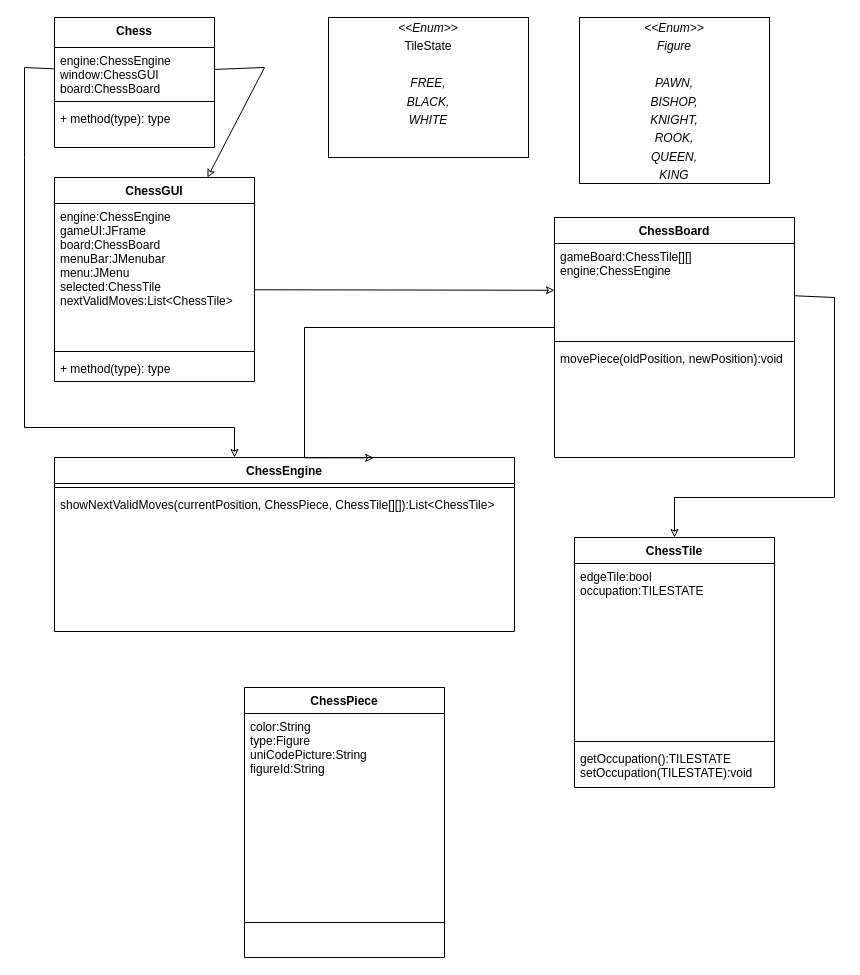
This is Aufgaben/Chessadds/UML Chess.drawio from dertheodor/epic_chess, a draw.io file, before an edit. Source tidied: cells renumbered, new cells numbered last; positions are measured from the earlier drawing's top-left corner, leaving out a move shared by most shapes. Both pictures are drawn from the tidied source at 100%, with x=0, y=0 at pixel (24, 17).
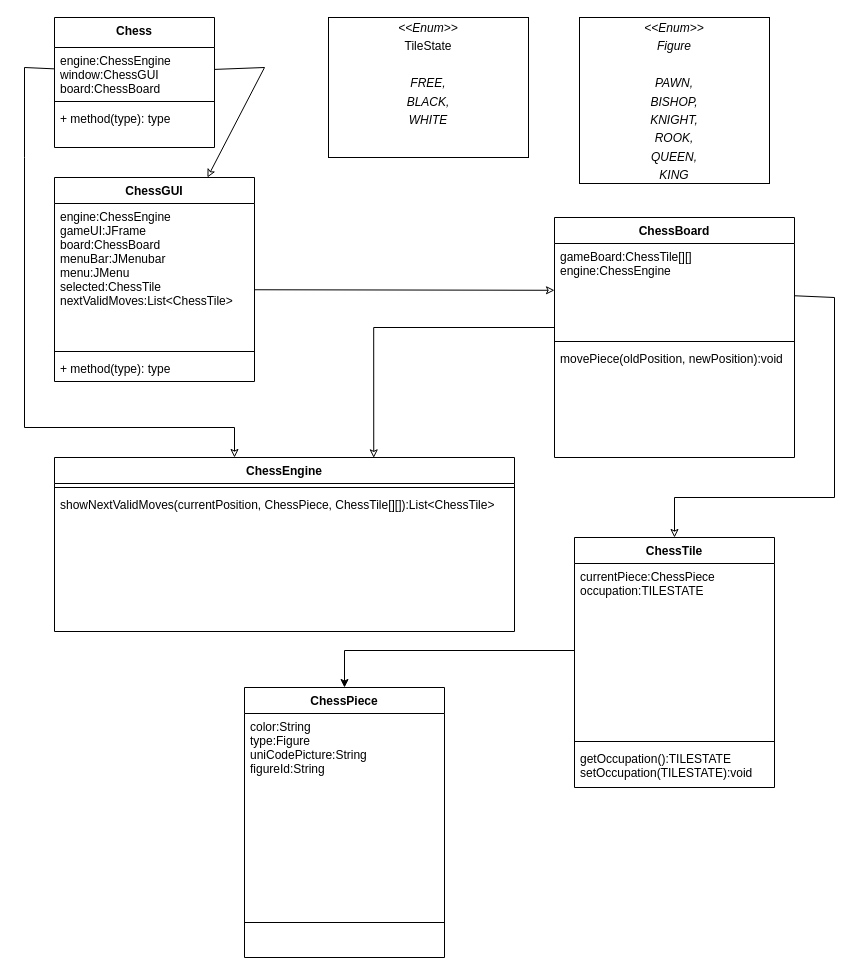
Above is the later version.

Commit message:
[UML] UML upgedatet.

The change refers to these unchanged cells:
```xml
<mxCell id="6" value="ChessEngine" style="swimlane;fontStyle=1;align=center;verticalAlign=top;horizontal=1;startSize=26;" parent="1" vertex="1">
  <mxGeometry x="30" y="440" width="460" height="174" as="geometry" />
</mxCell>
<mxCell id="13" value="ChessTile" style="swimlane;fontStyle=1;align=center;verticalAlign=top;horizontal=1;startSize=26;" parent="1" vertex="1">
  <mxGeometry x="550" y="520" width="200" height="250" as="geometry" />
</mxCell>
<mxCell id="20" value="gameBoard:ChessTile[][]&#10;engine:ChessEngine" style="text;strokeColor=none;fillColor=none;align=left;verticalAlign=top;spacingLeft=4;spacingRight=4;overflow=hidden;points=[[0,0.5],[1,0.5]];portConstraint=eastwest;" parent="19" vertex="1">
  <mxGeometry y="26" width="240" height="94" as="geometry" />
</mxCell>
<mxCell id="27" value="ChessPiece" style="swimlane;fontStyle=1;align=center;verticalAlign=top;horizontal=1;startSize=26;" parent="1" vertex="1">
  <mxGeometry x="220" y="670" width="200" height="270" as="geometry" />
</mxCell>
```

What changed in the source:
```diff
@@
-    <mxCell id="14" value="edgeTile:bool&#10;occupation:TILESTATE" style="text;strokeColor=none;fillColor=none;align=left;verticalAlign=top;spacingLeft=4;spacingRight=4;overflow=hidden;points=[[0,0.5],[1,0.5]];portConstraint=eastwest;" parent="13" vertex="1">
+    <mxCell id="14" value="currentPiece:ChessPiece&#10;occupation:TILESTATE" style="text;strokeColor=none;fillColor=none;align=left;verticalAlign=top;spacingLeft=4;spacingRight=4;overflow=hidden;points=[[0,0.5],[1,0.5]];portConstraint=eastwest;" parent="13" vertex="1">
       <mxGeometry y="26" width="200" height="174" as="geometry" />
     </mxCell>
@@
     <mxCell id="30" style="edgeStyle=orthogonalEdgeStyle;rounded=0;jettySize=auto;html=1;entryX=0.694;entryY=0.002;entryDx=0;entryDy=0;entryPerimeter=0;endArrow=classic;endFill=0;" parent="1" edge="1" source="20" target="6">
       <mxGeometry relative="1" as="geometry">
         <Array as="points">
-          <mxPoint x="280" y="310" />
+          <mxPoint x="349" y="310" />
         </Array>
       </mxGeometry>
     </mxCell>
+    <mxCell id="31" style="edgeStyle=orthogonalEdgeStyle;rounded=0;jettySize=auto;html=1;entryX=0.5;entryY=0;entryDx=0;entryDy=0;" parent="1" edge="1" source="14" target="27">
+      <mxGeometry relative="1" as="geometry" />
+    </mxCell>
```
